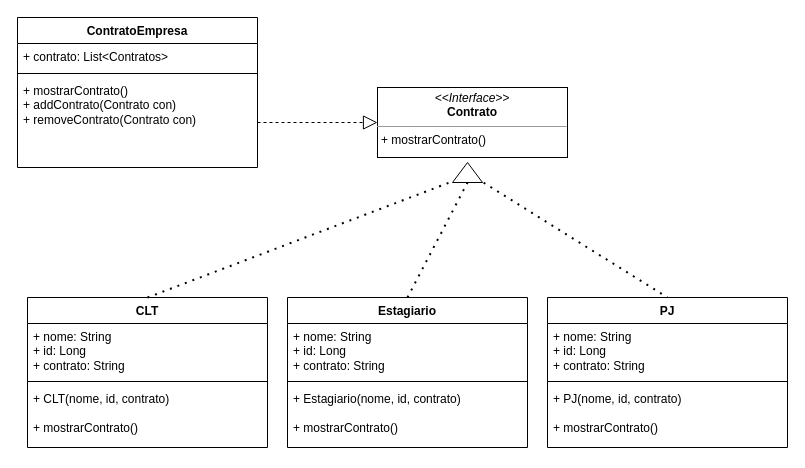
Before: Padroes/Composite/diagrama composite.drawio in juliocesar1316/bertoti, a draw.io diagram. Source tidied: cells renumbered, new cells numbered last; positions are measured from the earlier drawing's top-left corner, leaving out a move shared by most shapes. Both pictures are drawn from the tidied source at 100%, with x=0, y=0 at pixel (17, 17).
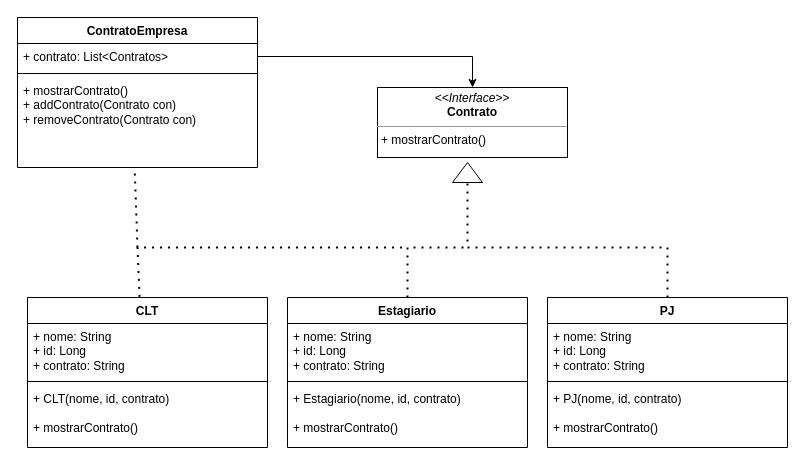
The same page after the edit.

Unchanged cells that the change refers to:
```xml
<mxCell id="2" value="&lt;p style=&quot;margin:0px;margin-top:4px;text-align:center;&quot;&gt;&lt;i&gt;&amp;lt;&amp;lt;Interface&amp;gt;&amp;gt;&lt;/i&gt;&lt;br&gt;&lt;b&gt;Contrato&lt;/b&gt;&lt;/p&gt;&lt;hr size=&quot;1&quot;&gt;&lt;p style=&quot;margin:0px;margin-left:4px;&quot;&gt;+ mostrarContrato()&lt;br&gt;&lt;/p&gt;" style="verticalAlign=top;align=left;overflow=fill;fontSize=12;fontFamily=Helvetica;html=1;whiteSpace=wrap;" parent="1" vertex="1">
  <mxGeometry x="360" y="70" width="190" height="70" as="geometry" />
</mxCell>
<mxCell id="4" value="+ contrato: List&amp;lt;Contratos&amp;gt;" style="text;strokeColor=none;fillColor=none;align=left;verticalAlign=top;spacingLeft=4;spacingRight=4;overflow=hidden;points=[[0,0.5],[1,0.5]];portConstraint=eastwest;whiteSpace=wrap;html=1;" parent="3" vertex="1">
  <mxGeometry y="26" width="240" height="26" as="geometry" />
</mxCell>
<mxCell id="6" value="+ mostrarContrato()&lt;br&gt;+ addContrato(Contrato con)&lt;br&gt;+ removeContrato(Contrato con)" style="text;strokeColor=none;fillColor=none;align=left;verticalAlign=top;spacingLeft=4;spacingRight=4;overflow=hidden;points=[[0,0.5],[1,0.5]];portConstraint=eastwest;whiteSpace=wrap;html=1;" parent="3" vertex="1">
  <mxGeometry y="60" width="240" height="90" as="geometry" />
</mxCell>
<mxCell id="7" value="CLT" style="swimlane;fontStyle=1;align=center;verticalAlign=top;horizontal=1;startSize=26;whiteSpace=wrap;html=1;" parent="1" vertex="1">
  <mxGeometry x="10" y="280" width="240" height="150" as="geometry" />
</mxCell>
<mxCell id="11" value="Estagiario" style="swimlane;fontStyle=1;align=center;verticalAlign=top;horizontal=1;startSize=26;whiteSpace=wrap;html=1;" parent="1" vertex="1">
  <mxGeometry x="270" y="280" width="240" height="150" as="geometry" />
</mxCell>
<mxCell id="15" value="PJ" style="swimlane;fontStyle=1;align=center;verticalAlign=top;horizontal=1;startSize=26;whiteSpace=wrap;html=1;" parent="1" vertex="1">
  <mxGeometry x="530" y="280" width="240" height="150" as="geometry" />
</mxCell>
<mxCell id="19" style="triangle;whiteSpace=wrap;html=1;rotation=-90;" parent="1" vertex="1">
  <mxGeometry x="440" y="140" width="20" height="30" as="geometry" />
</mxCell>
```

Change to the diagram source:
```diff
@@
-    <mxCell id="20" style="endArrow=none;dashed=1;html=1;dashPattern=1 3;strokeWidth=2;rounded=0;entryX=0.063;entryY=0.015;entryDx=0;entryDy=0;entryPerimeter=0;exitX=0.5;exitY=0;exitDx=0;exitDy=0;" parent="1" edge="1" source="7" target="19">
-      <mxGeometry relative="1" as="geometry" />
-    </mxCell>
-    <mxCell id="21" style="endArrow=none;dashed=1;html=1;dashPattern=1 3;strokeWidth=2;rounded=0;entryX=0;entryY=0.5;entryDx=0;entryDy=0;exitX=0.5;exitY=0;exitDx=0;exitDy=0;" parent="1" edge="1" source="11" target="19">
-      <mxGeometry relative="1" as="geometry" />
-    </mxCell>
-    <mxCell id="22" style="endArrow=none;dashed=1;html=1;dashPattern=1 3;strokeWidth=2;rounded=0;entryX=0.5;entryY=0;entryDx=0;entryDy=0;exitX=-0.01;exitY=1.038;exitDx=0;exitDy=0;exitPerimeter=0;" parent="1" edge="1" source="19" target="15">
-      <mxGeometry relative="1" as="geometry" />
-    </mxCell>
-    <mxCell id="23" style="endArrow=block;dashed=1;endFill=0;endSize=12;html=1;rounded=0;exitX=1;exitY=0.5;exitDx=0;exitDy=0;entryX=0;entryY=0.5;entryDx=0;entryDy=0;" parent="1" edge="1" source="6" target="2">
-      <mxGeometry relative="1" as="geometry" />
-    </mxCell>
+    <mxCell id="24" style="endArrow=classic;html=1;rounded=0;exitX=1;exitY=0.5;exitDx=0;exitDy=0;entryX=0.5;entryY=0;entryDx=0;entryDy=0;" parent="1" edge="1" source="4" target="2">
+      <mxGeometry relative="1" as="geometry">
+        <Array as="points">
+          <mxPoint x="455" y="39" />
+        </Array>
+      </mxGeometry>
+    </mxCell>
+    <mxCell id="25" style="endArrow=none;dashed=1;html=1;dashPattern=1 3;strokeWidth=2;rounded=0;entryX=0;entryY=0.5;entryDx=0;entryDy=0;exitX=0.5;exitY=0;exitDx=0;exitDy=0;" parent="1" edge="1" source="15" target="19">
+      <mxGeometry relative="1" as="geometry">
+        <Array as="points">
+          <mxPoint x="650" y="230" />
+          <mxPoint x="450" y="230" />
+        </Array>
+      </mxGeometry>
+    </mxCell>
+    <mxCell id="26" style="endArrow=none;dashed=1;html=1;dashPattern=1 3;strokeWidth=2;rounded=0;exitX=0.5;exitY=0;exitDx=0;exitDy=0;" parent="1" edge="1" source="11">
+      <mxGeometry relative="1" as="geometry">
+        <mxPoint x="450" y="230" as="targetPoint" />
+        <Array as="points">
+          <mxPoint x="390" y="230" />
+        </Array>
+      </mxGeometry>
+    </mxCell>
+    <mxCell id="27" style="endArrow=none;dashed=1;html=1;dashPattern=1 3;strokeWidth=2;rounded=0;exitX=0.467;exitY=-0.004;exitDx=0;exitDy=0;exitPerimeter=0;" parent="1" edge="1" source="7">
+      <mxGeometry relative="1" as="geometry">
+        <mxPoint x="390" y="230" as="targetPoint" />
+        <Array as="points">
+          <mxPoint x="120" y="230" />
+        </Array>
+      </mxGeometry>
+    </mxCell>
+    <mxCell id="28" style="endArrow=none;dashed=1;html=1;dashPattern=1 3;strokeWidth=2;rounded=0;entryX=0.489;entryY=1.067;entryDx=0;entryDy=0;entryPerimeter=0;" parent="1" edge="1" target="6">
+      <mxGeometry relative="1" as="geometry">
+        <mxPoint x="120" y="230" as="sourcePoint" />
+      </mxGeometry>
+    </mxCell>
```
